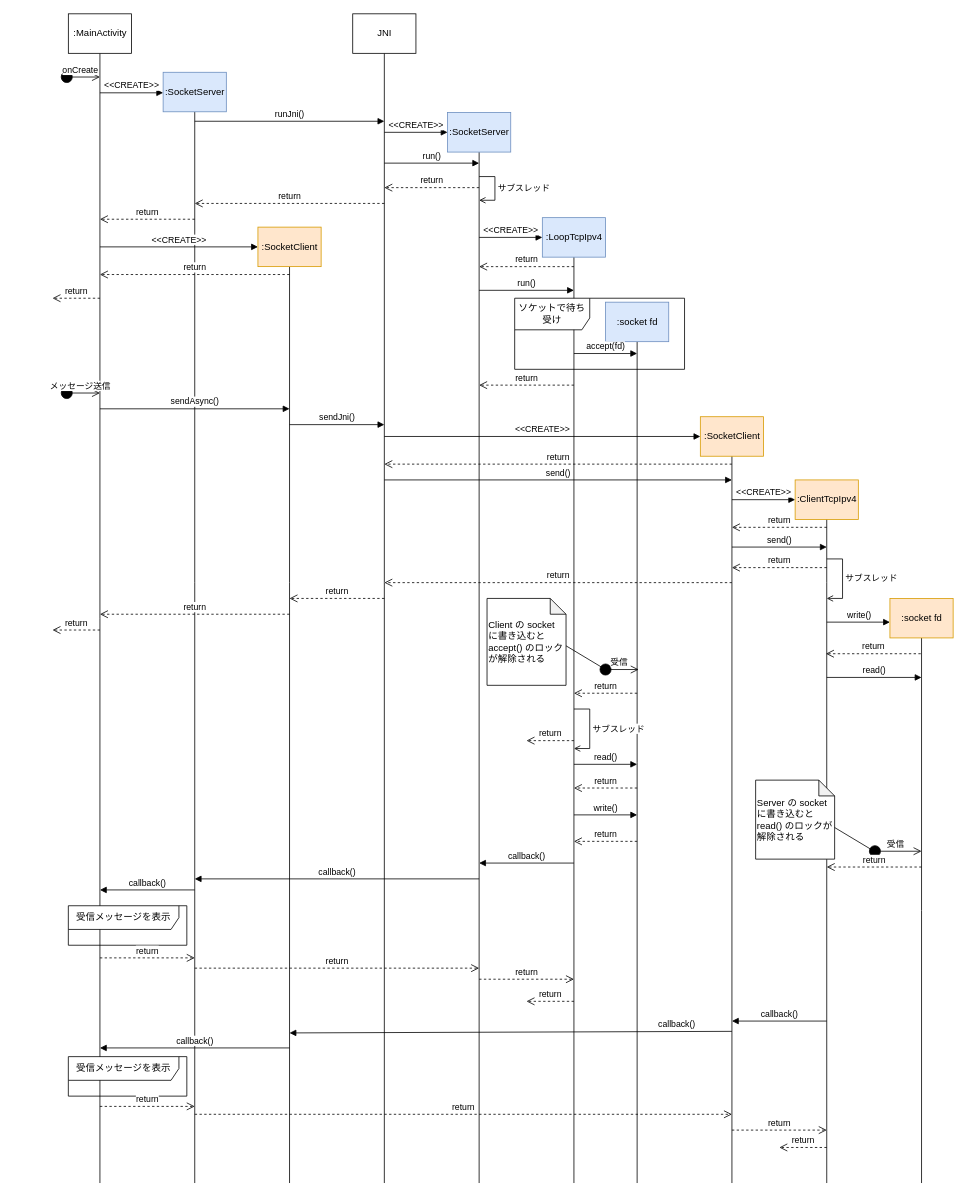
Above: ndk-socket/design_ipv4_tcp.drawio in seabat/android-network-samples (draw.io), before the change. Source tidied: cells renumbered, new cells numbered last; positions are measured from the earlier drawing's top-left corner, leaving out a move shared by most shapes. Both pictures are drawn from the tidied source at 79%, with x=0, y=0 at pixel (52, 13).
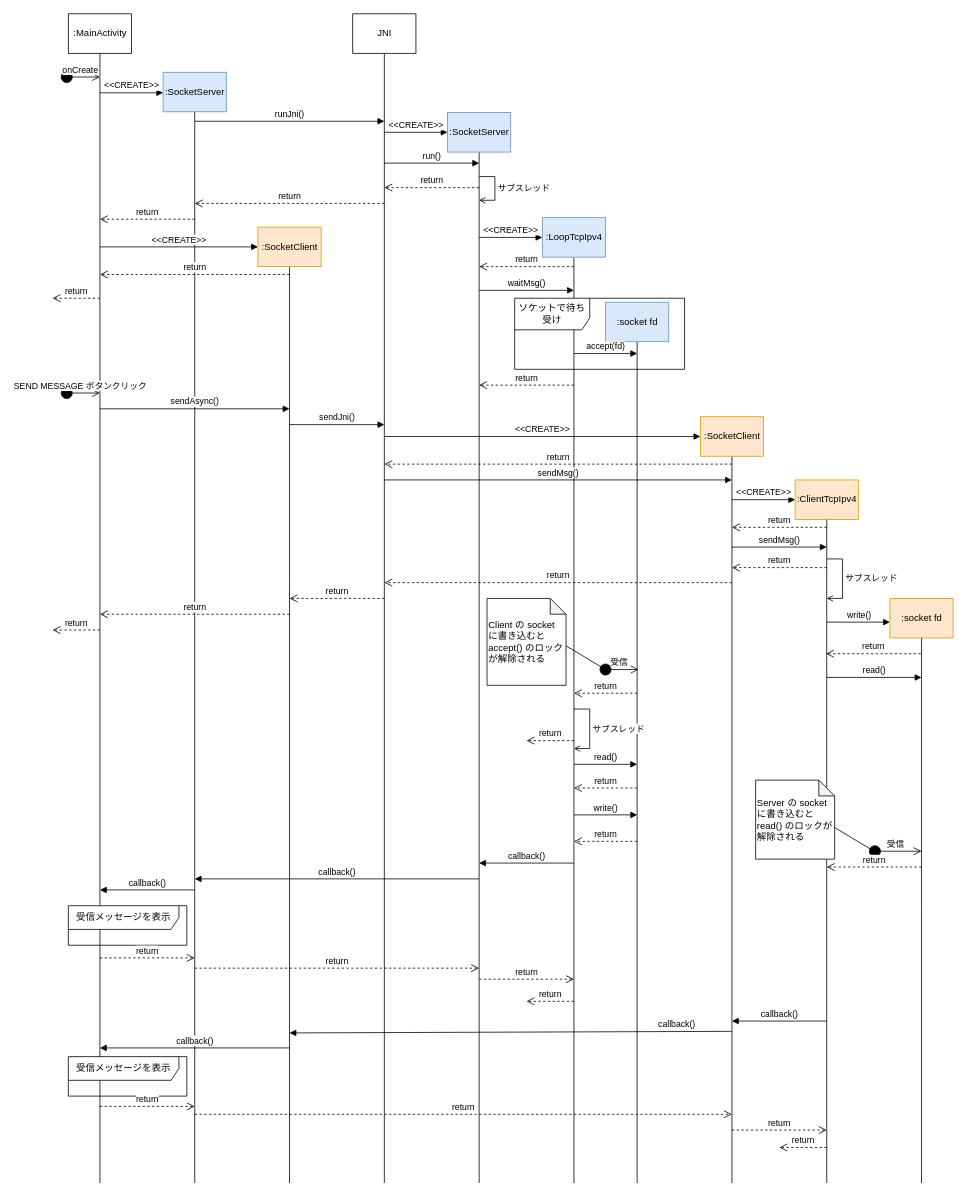
Above is the later version.

Change to the diagram source:
```diff
@@
-    <mxCell id="29" value="メッセージ送信" style="html=1;verticalAlign=bottom;startArrow=circle;startFill=1;endArrow=open;startSize=6;endSize=8;rounded=0;" parent="1" edge="1">
+    <mxCell id="29" value="SEND MESSAGE ボタンクリック" style="html=1;verticalAlign=bottom;startArrow=circle;startFill=1;endArrow=open;startSize=6;endSize=8;rounded=0;" parent="1" edge="1">
       <mxGeometry relative="1" as="geometry">
         <mxPoint x="10" y="480" as="sourcePoint" />
         <mxPoint x="60" y="480" as="targetPoint" />
       </mxGeometry>
     </mxCell>
@@
-    <mxCell id="34" value="send()" style="html=1;verticalAlign=bottom;endArrow=block;rounded=0;" parent="1" edge="1">
+    <mxCell id="34" value="sendMsg()" style="html=1;verticalAlign=bottom;endArrow=block;rounded=0;" parent="1" edge="1">
       <mxGeometry relative="1" as="geometry">
         <mxPoint x="420" y="590" as="sourcePoint" />
         <mxPoint x="860" y="590" as="targetPoint" />
       </mxGeometry>
     </mxCell>
@@
-    <mxCell id="38" value="send()" style="html=1;verticalAlign=bottom;endArrow=block;rounded=0;" parent="1" edge="1">
+    <mxCell id="38" value="sendMsg()" style="html=1;verticalAlign=bottom;endArrow=block;rounded=0;" parent="1" edge="1">
       <mxGeometry relative="1" as="geometry">
         <mxPoint x="860" y="675" as="sourcePoint" />
         <mxPoint x="980" y="675" as="targetPoint" />
       </mxGeometry>
     </mxCell>
@@
-    <mxCell id="59" value="run()" style="html=1;verticalAlign=bottom;endArrow=block;rounded=0;" parent="1" edge="1">
+    <mxCell id="59" value="waitMsg()" style="html=1;verticalAlign=bottom;endArrow=block;rounded=0;" parent="1" edge="1">
       <mxGeometry relative="1" as="geometry">
         <mxPoint x="540" y="350" as="sourcePoint" />
         <mxPoint x="660" y="350" as="targetPoint" />
       </mxGeometry>
     </mxCell>
```
